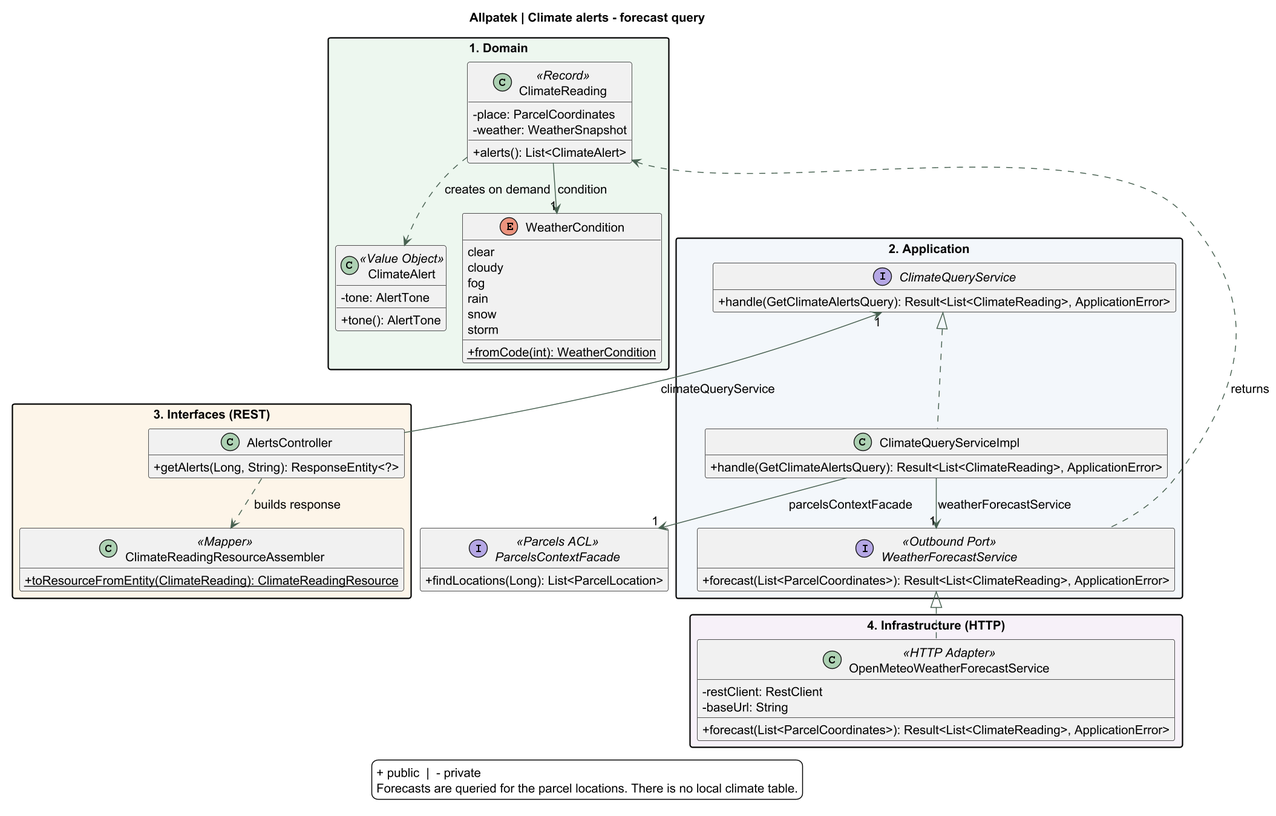
Above: assets/chapter-04/architecture/12b-classes-alerts.png in upc-pre-202620-1asi0729-7753-Terranova/allpatek-report (PlantUML), before the change. The source it was exported from:
```plantuml
@startuml
!pragma layout smetana
skinparam backgroundColor white
skinparam defaultFontName SansSerif
skinparam defaultFontSize 14
skinparam shadowing false
skinparam classAttributeIconSize 0
skinparam ArrowColor #476050
skinparam packageStyle rectangle
skinparam dpi 140
hide empty members
top to bottom direction
title Allpatek | Climate alerts - forecast query

package "1. Domain" as Domain #ECF6EF {
  class ClimateReading <<Record>> {
    -place: ParcelCoordinates
    -weather: WeatherSnapshot
    +alerts(): List<ClimateAlert>
  }
  class ClimateAlert <<Value Object>> {
    -tone: AlertTone
    +tone(): AlertTone
  }
  enum WeatherCondition {
    clear
    cloudy
    fog
    rain
    snow
    storm
    {static} +fromCode(int): WeatherCondition
  }
  ClimateReading --> "1" WeatherCondition : condition
  ClimateReading ..> ClimateAlert : creates on demand
}
package "2. Application" as Application #F3F6FA {
  interface ClimateQueryService {
    +handle(GetClimateAlertsQuery): Result<List<ClimateReading>, ApplicationError>
  }
  class ClimateQueryServiceImpl {
    +handle(GetClimateAlertsQuery): Result<List<ClimateReading>, ApplicationError>
  }
  interface WeatherForecastService <<Outbound Port>> {
    +forecast(List<ParcelCoordinates>): Result<List<ClimateReading>, ApplicationError>
  }
  ClimateQueryService <|.. ClimateQueryServiceImpl
  ClimateQueryServiceImpl --> "1" WeatherForecastService : weatherForecastService
}
package "3. Interfaces (REST)" as Interfaces #FDF4E8 {
  class AlertsController {
    +getAlerts(Long, String): ResponseEntity<?>
  }
  class ClimateReadingResourceAssembler <<Mapper>> {
    {static} +toResourceFromEntity(ClimateReading): ClimateReadingResource
  }
  AlertsController ..> ClimateReadingResourceAssembler : builds response
}
package "4. Infrastructure (HTTP)" as Infrastructure #F6F1F8 {
  class OpenMeteoWeatherForecastService <<HTTP Adapter>> {
    -restClient: RestClient
    -baseUrl: String
    +forecast(List<ParcelCoordinates>): Result<List<ClimateReading>, ApplicationError>
  }
}
interface ParcelsContextFacade <<Parcels ACL>> {
  +findLocations(Long): List<ParcelLocation>
}
ClimateReading <.. WeatherForecastService : returns
ClimateQueryServiceImpl --> "1" ParcelsContextFacade : parcelsContextFacade
ClimateQueryService "1" <-- AlertsController : climateQueryService
WeatherForecastService <|.. OpenMeteoWeatherForecastService
Domain -[hidden]down-> Application
Application -[hidden]down-> Interfaces

legend bottom
+ public  |  - private
Forecasts are queried for the parcel locations. There is no local climate table.
endlegend
@enduml
```
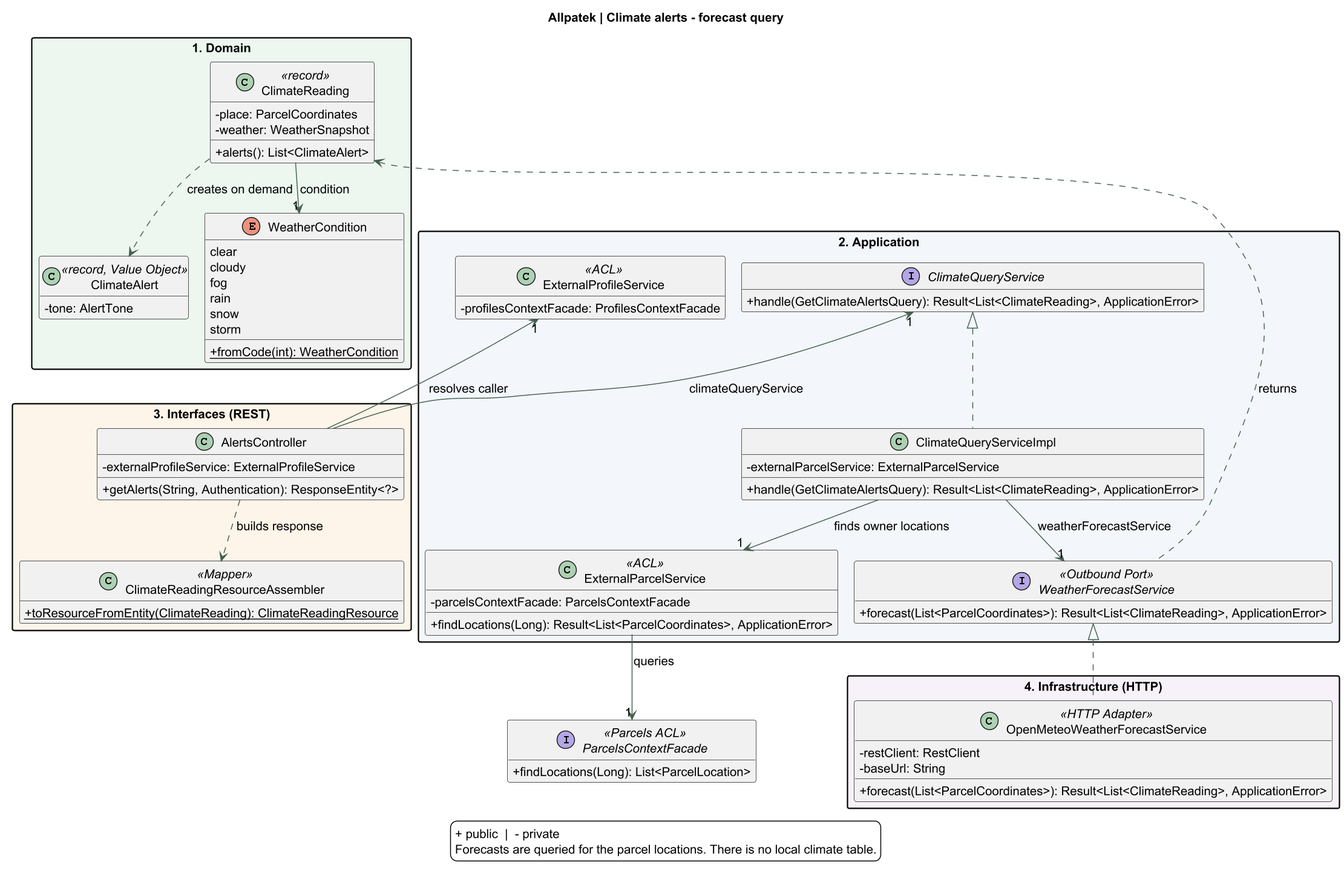
Above is the later version.

Commit message:
docs(uml): trace authenticated weather queries through context facades

Diff of the diagram source:
```diff
@@ -13,14 +13,13 @@
 title Allpatek | Climate alerts - forecast query
 
 package "1. Domain" as Domain #ECF6EF {
-  class ClimateReading <<Record>> {
+  class ClimateReading <<record>> {
     -place: ParcelCoordinates
     -weather: WeatherSnapshot
     +alerts(): List<ClimateAlert>
   }
-  class ClimateAlert <<Value Object>> {
+  class ClimateAlert <<record, Value Object>> {
     -tone: AlertTone
-    +tone(): AlertTone
   }
   enum WeatherCondition {
     clear
@@ -35,10 +34,18 @@
   ClimateReading ..> ClimateAlert : creates on demand
 }
 package "2. Application" as Application #F3F6FA {
+  class ExternalProfileService <<ACL>> {
+    -profilesContextFacade: ProfilesContextFacade
+  }
+  class ExternalParcelService <<ACL>> {
+    -parcelsContextFacade: ParcelsContextFacade
+    +findLocations(Long): Result<List<ParcelCoordinates>, ApplicationError>
+  }
   interface ClimateQueryService {
     +handle(GetClimateAlertsQuery): Result<List<ClimateReading>, ApplicationError>
   }
   class ClimateQueryServiceImpl {
+    -externalParcelService: ExternalParcelService
     +handle(GetClimateAlertsQuery): Result<List<ClimateReading>, ApplicationError>
   }
   interface WeatherForecastService <<Outbound Port>> {
@@ -49,7 +56,8 @@
 }
 package "3. Interfaces (REST)" as Interfaces #FDF4E8 {
   class AlertsController {
-    +getAlerts(Long, String): ResponseEntity<?>
+    -externalProfileService: ExternalProfileService
+    +getAlerts(String, Authentication): ResponseEntity<?>
   }
   class ClimateReadingResourceAssembler <<Mapper>> {
     {static} +toResourceFromEntity(ClimateReading): ClimateReadingResource
@@ -67,12 +75,14 @@
   +findLocations(Long): List<ParcelLocation>
 }
 ClimateReading <.. WeatherForecastService : returns
-ClimateQueryServiceImpl --> "1" ParcelsContextFacade : parcelsContextFacade
+ClimateQueryServiceImpl --> "1" ExternalParcelService : finds owner locations
 ClimateQueryService "1" <-- AlertsController : climateQueryService
 WeatherForecastService <|.. OpenMeteoWeatherForecastService
 Domain -[hidden]down-> Application
 Application -[hidden]down-> Interfaces
 
+ExternalParcelService --> "1" ParcelsContextFacade : queries
+AlertsController --> "1" ExternalProfileService : resolves caller
 legend bottom
 + public  |  - private
 Forecasts are queried for the parcel locations. There is no local climate table.
```
